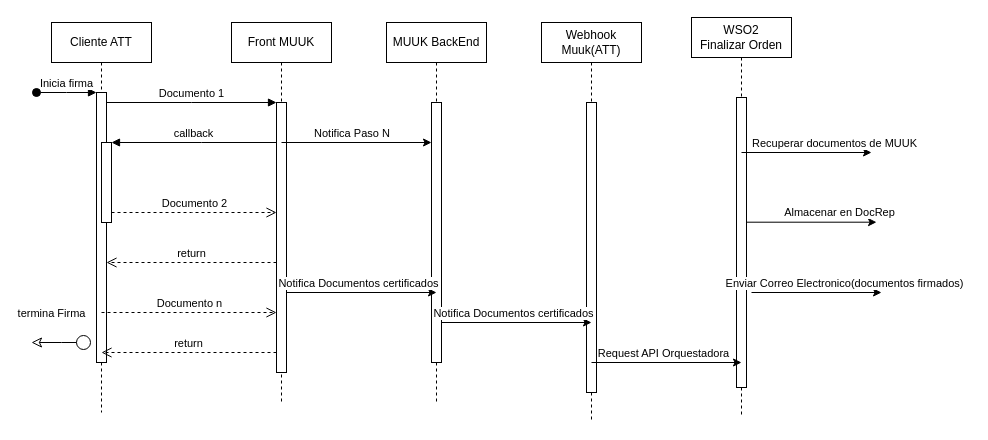
Above: muuk.drawio in fhermq/diagrams (draw.io), before the change. Source tidied: cells renumbered, new cells numbered last; positions are measured from the earlier drawing's top-left corner, leaving out a move shared by most shapes. Both pictures are drawn from the tidied source at 100%, with x=0, y=0 at pixel (31, 17).
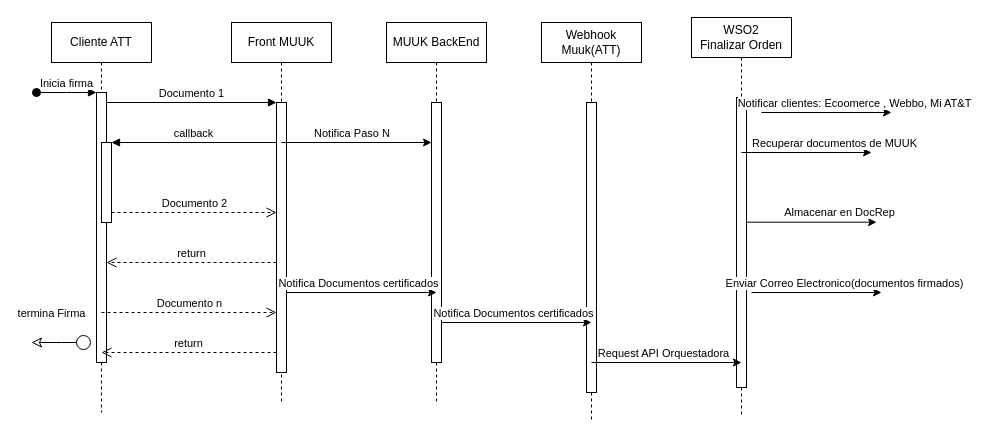
The same diagram, later.

What changed in the source:
```diff
@@
+    <mxCell id="35" style="endArrow=classic;html=1;rounded=0;" parent="1" edge="1">
+      <mxGeometry relative="1" as="geometry">
+        <mxPoint x="730" y="95" as="sourcePoint" />
+        <mxPoint x="860" y="95" as="targetPoint" />
+      </mxGeometry>
+    </mxCell>
+    <mxCell id="36" value="Notificar clientes: Ecoomerce , Webbo, Mi AT&amp;amp;T" style="edgeLabel;html=1;align=center;verticalAlign=middle;" parent="35" vertex="1">
+      <mxGeometry x="0.41" y="-1" relative="1" as="geometry">
+        <mxPoint y="-11" as="offset" />
+      </mxGeometry>
+    </mxCell>
```
